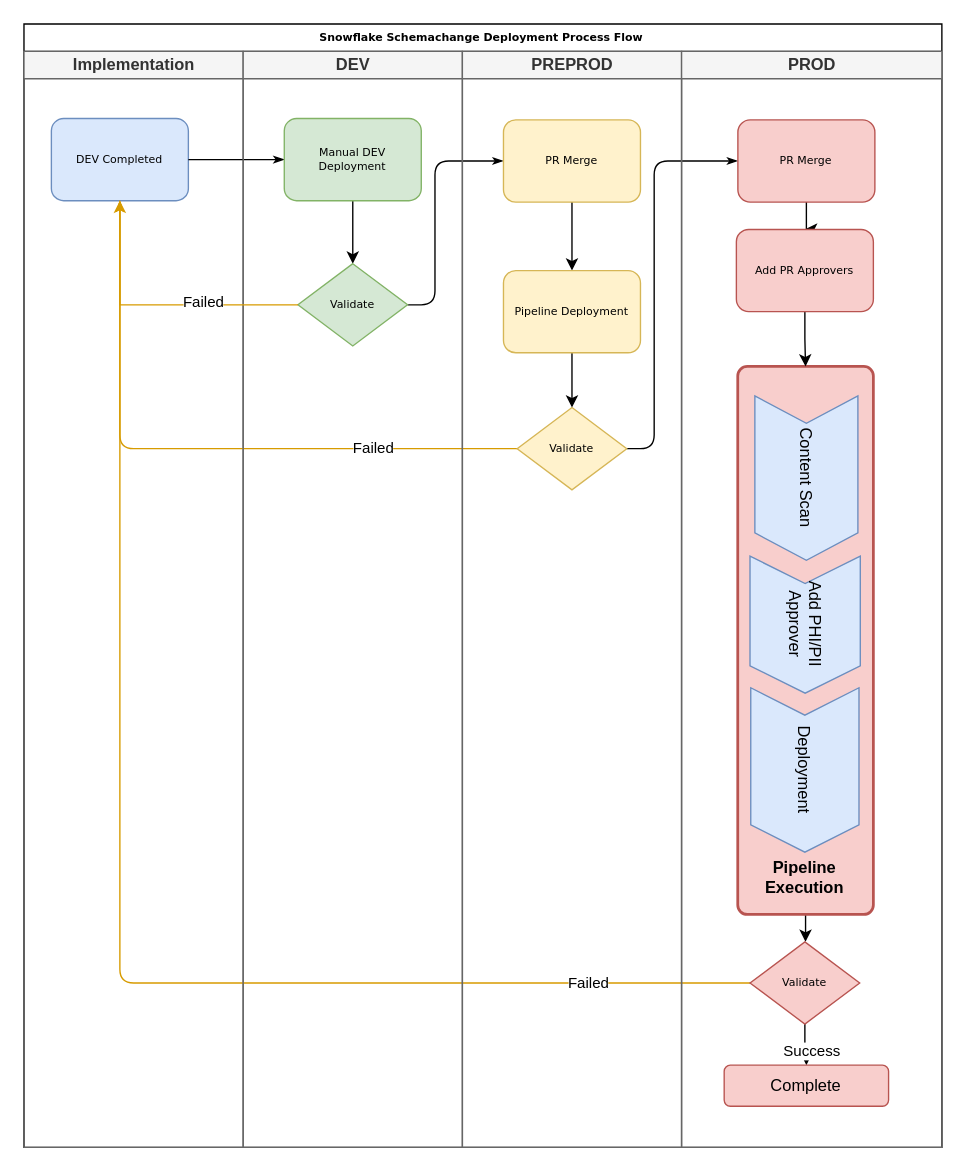
Above: SchemachangeExtractLowLevelDiagram.drawio in jijeeshme/diagrams (draw.io), before the change. Source tidied: cells renumbered, new cells numbered last; positions are measured from the earlier drawing's top-left corner, leaving out a move shared by most shapes. Both pictures are drawn from the tidied source at 137%, with x=0, y=0 at pixel (23, 23).
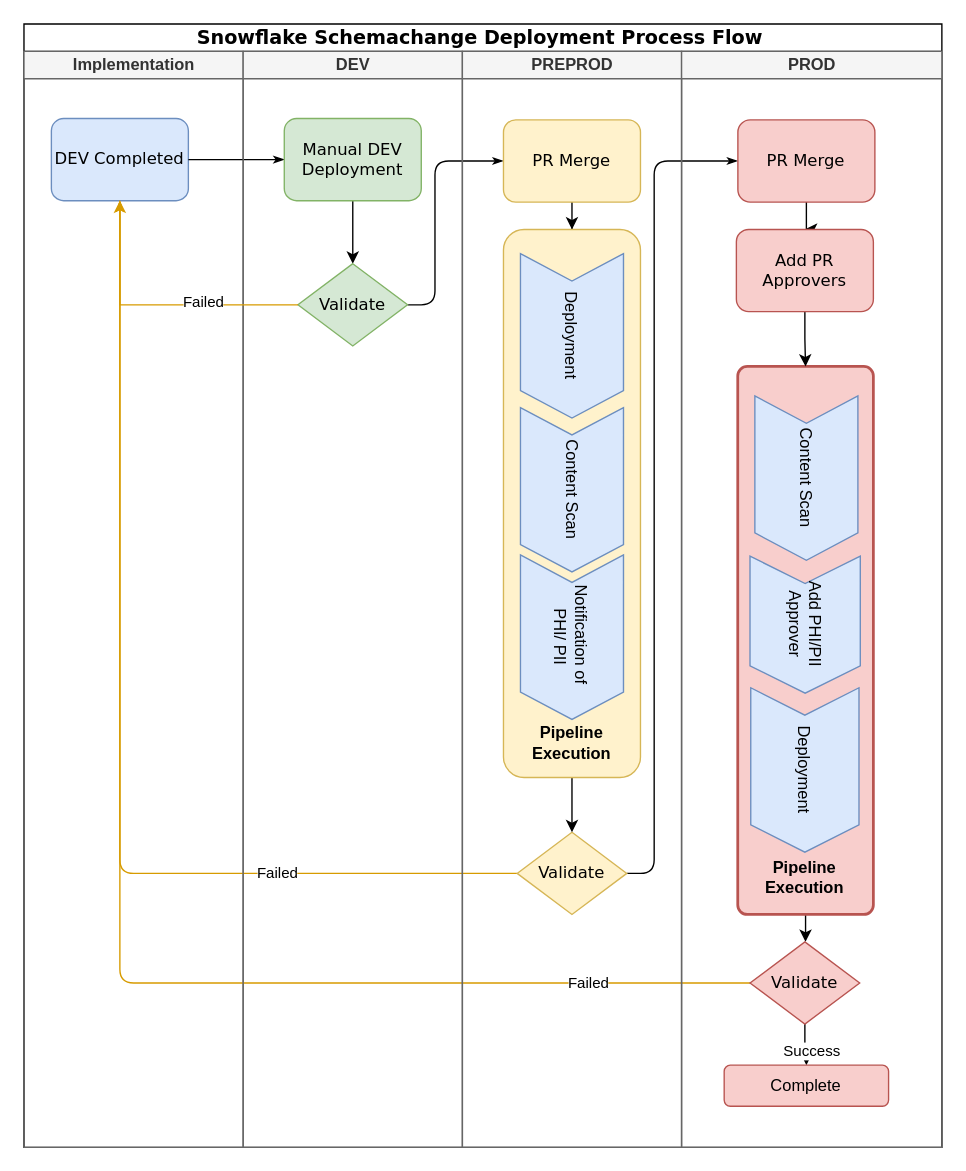
The same diagram, later.

Unchanged cells that the change refers to:
```xml
<mxCell id="3" value="Implementation" style="swimlane;html=1;startSize=20;fillColor=#f5f5f5;fontColor=#333333;strokeColor=#666666;" parent="2" vertex="1">
  <mxGeometry y="20" width="160" height="800" as="geometry" />
</mxCell>
<mxCell id="12" value="DEV" style="swimlane;html=1;startSize=20;fillColor=#f5f5f5;fontColor=#333333;strokeColor=#666666;" parent="2" vertex="1">
  <mxGeometry x="160" y="20" width="160" height="800" as="geometry" />
</mxCell>
<mxCell id="16" value="PREPROD" style="swimlane;html=1;startSize=20;fillColor=#f5f5f5;fontColor=#333333;strokeColor=#666666;" parent="2" vertex="1">
  <mxGeometry x="320" y="20" width="160" height="800" as="geometry" />
</mxCell>
<mxCell id="22" value="PROD" style="swimlane;html=1;startSize=20;fillColor=#f5f5f5;fontColor=#333333;strokeColor=#666666;" parent="2" vertex="1">
  <mxGeometry x="480" y="20" width="190" height="800" as="geometry" />
</mxCell>
```

The edit, as a diff of the source:
```diff
@@
-    <mxCell id="2" value="Snowflake Schemachange Deployment Process Flow&amp;nbsp;" style="swimlane;html=1;startSize=20;rounded=0;shadow=0;labelBackgroundColor=none;strokeWidth=1;fontFamily=Verdana;fontSize=8;align=center;" parent="1" vertex="1">
+    <mxCell id="2" value="&lt;font style=&quot;font-size: 14px;&quot;&gt;Snowflake Schemachange Deployment Process Flow&amp;nbsp;&lt;/font&gt;" style="swimlane;html=1;startSize=20;rounded=0;shadow=0;labelBackgroundColor=none;strokeWidth=1;fontFamily=Verdana;fontSize=8;align=center;" parent="1" vertex="1">
       <mxGeometry width="670" height="820" as="geometry" />
     </mxCell>
@@
-    <mxCell id="4" value="DEV Completed" style="rounded=1;whiteSpace=wrap;html=1;shadow=0;labelBackgroundColor=none;strokeWidth=1;fontFamily=Verdana;fontSize=8;align=center;fillColor=#dae8fc;strokeColor=#6c8ebf;" parent="3" vertex="1">
+    <mxCell id="4" value="&lt;font style=&quot;font-size: 12px;&quot;&gt;DEV Completed&lt;/font&gt;" style="rounded=1;whiteSpace=wrap;html=1;shadow=0;labelBackgroundColor=none;strokeWidth=1;fontFamily=Verdana;fontSize=8;align=center;fillColor=#dae8fc;strokeColor=#6c8ebf;" parent="3" vertex="1">
       <mxGeometry x="20" y="49" width="100" height="60" as="geometry" />
     </mxCell>
@@
-    <mxCell id="7" style="edgeStyle=orthogonalEdgeStyle;rounded=1;html=1;labelBackgroundColor=none;startArrow=none;startFill=0;startSize=5;endArrow=classicThin;endFill=1;endSize=5;jettySize=auto;strokeWidth=1;fontFamily=Verdana;fontSize=8;entryX=0.5;entryY=1;entryDx=0;entryDy=0;fillColor=#ffe6cc;strokeColor=#d79b00;" parent="2" edge="1" source="19" target="4">
+    <mxCell id="7" style="edgeStyle=orthogonalEdgeStyle;rounded=1;html=1;labelBackgroundColor=none;startArrow=none;startFill=0;startSize=5;endArrow=classicThin;endFill=1;endSize=5;jettySize=auto;strokeWidth=1;fontFamily=Verdana;fontSize=8;entryX=0.5;entryY=1;entryDx=0;entryDy=0;fillColor=#ffe6cc;strokeColor=#d79b00;exitX=0;exitY=0.5;exitDx=0;exitDy=0;" parent="2" edge="1" source="19" target="4">
       <mxGeometry relative="1" as="geometry">
         <Array as="points">
-          <mxPoint x="70" y="310" />
+          <mxPoint x="70" y="620" />
         </Array>
       </mxGeometry>
     </mxCell>
@@
-    <mxCell id="11" style="edgeStyle=orthogonalEdgeStyle;rounded=1;html=1;labelBackgroundColor=none;startArrow=none;startFill=0;startSize=5;endArrow=classicThin;endFill=1;endSize=5;jettySize=auto;strokeWidth=1;fontFamily=Verdana;fontSize=8;entryX=0;entryY=0.5;entryDx=0;entryDy=0;" parent="2" edge="1" source="19" target="24">
+    <mxCell id="11" style="edgeStyle=orthogonalEdgeStyle;rounded=1;html=1;labelBackgroundColor=none;startArrow=none;startFill=0;startSize=5;endArrow=classicThin;endFill=1;endSize=5;jettySize=auto;strokeWidth=1;fontFamily=Verdana;fontSize=8;entryX=0;entryY=0.5;entryDx=0;entryDy=0;exitX=1;exitY=0.5;exitDx=0;exitDy=0;" parent="2" edge="1" source="19" target="24">
       <mxGeometry relative="1" as="geometry">
         <Array as="points">
-          <mxPoint x="460" y="310" />
+          <mxPoint x="460" y="620" />
           <mxPoint x="460" y="100" />
         </Array>
       </mxGeometry>
     </mxCell>
@@
-    <mxCell id="14" value="Manual DEV Deployment" style="rounded=1;whiteSpace=wrap;html=1;shadow=0;labelBackgroundColor=none;strokeWidth=1;fontFamily=Verdana;fontSize=8;align=center;fillColor=#d5e8d4;strokeColor=#82b366;" parent="12" vertex="1">
+    <mxCell id="14" value="&lt;font style=&quot;font-size: 12px;&quot;&gt;Manual DEV Deployment&lt;/font&gt;" style="rounded=1;whiteSpace=wrap;html=1;shadow=0;labelBackgroundColor=none;strokeWidth=1;fontFamily=Verdana;fontSize=8;align=center;fillColor=#d5e8d4;strokeColor=#82b366;" parent="12" vertex="1">
       <mxGeometry x="30" y="49" width="100" height="60" as="geometry" />
     </mxCell>
-    <mxCell id="15" value="Validate" style="rhombus;whiteSpace=wrap;html=1;rounded=0;shadow=0;labelBackgroundColor=none;strokeWidth=1;fontFamily=Verdana;fontSize=8;align=center;fillColor=#d5e8d4;strokeColor=#82b366;" parent="12" vertex="1">
+    <mxCell id="15" value="&lt;font style=&quot;font-size: 12px;&quot;&gt;Validate&lt;/font&gt;" style="rhombus;whiteSpace=wrap;html=1;rounded=0;shadow=0;labelBackgroundColor=none;strokeWidth=1;fontFamily=Verdana;fontSize=8;align=center;fillColor=#d5e8d4;strokeColor=#82b366;" parent="12" vertex="1">
       <mxGeometry x="40" y="155" width="80" height="60" as="geometry" />
     </mxCell>
@@
-    <mxCell id="18" value="PR Merge" style="rounded=1;whiteSpace=wrap;html=1;shadow=0;labelBackgroundColor=none;strokeWidth=1;fontFamily=Verdana;fontSize=8;align=center;fillColor=#fff2cc;strokeColor=#d6b656;" parent="16" vertex="1">
+    <mxCell id="18" value="&lt;font style=&quot;font-size: 12px;&quot;&gt;PR Merge&lt;/font&gt;" style="rounded=1;whiteSpace=wrap;html=1;shadow=0;labelBackgroundColor=none;strokeWidth=1;fontFamily=Verdana;fontSize=8;align=center;fillColor=#fff2cc;strokeColor=#d6b656;" parent="16" vertex="1">
       <mxGeometry x="30" y="50" width="100" height="60" as="geometry" />
     </mxCell>
-    <mxCell id="19" value="Validate" style="rhombus;whiteSpace=wrap;html=1;rounded=0;shadow=0;labelBackgroundColor=none;strokeWidth=1;fontFamily=Verdana;fontSize=8;align=center;fillColor=#fff2cc;strokeColor=#d6b656;" parent="16" vertex="1">
-      <mxGeometry x="40" y="260" width="80" height="60" as="geometry" />
+    <mxCell id="19" value="&lt;font style=&quot;font-size: 12px;&quot;&gt;Validate&lt;/font&gt;" style="rhombus;whiteSpace=wrap;html=1;rounded=0;shadow=0;labelBackgroundColor=none;strokeWidth=1;fontFamily=Verdana;fontSize=8;align=center;fillColor=#fff2cc;strokeColor=#d6b656;" parent="16" vertex="1">
+      <mxGeometry x="40" y="570" width="80" height="60" as="geometry" />
     </mxCell>
     <mxCell id="20" style="edgeStyle=orthogonalEdgeStyle;rounded=0;jettySize=auto;html=1;exitX=0.5;exitY=1;exitDx=0;exitDy=0;entryX=0.5;entryY=0;entryDx=0;entryDy=0;" parent="16" edge="1" source="21" target="19">
-      <mxGeometry relative="1" as="geometry" />
+      <mxGeometry relative="1" as="geometry">
+        <Array as="points">
+          <mxPoint x="80" y="380" />
+          <mxPoint x="80" y="380" />
+        </Array>
+      </mxGeometry>
     </mxCell>
-    <mxCell id="21" value="Pipeline Deployment" style="rounded=1;whiteSpace=wrap;html=1;shadow=0;labelBackgroundColor=none;strokeWidth=1;fontFamily=Verdana;fontSize=8;align=center;fillColor=#fff2cc;strokeColor=#d6b656;" parent="16" vertex="1">
-      <mxGeometry x="30" y="160" width="100" height="60" as="geometry" />
+    <mxCell id="21" style="rounded=1;whiteSpace=wrap;html=1;shadow=0;labelBackgroundColor=none;strokeWidth=1;fontFamily=Verdana;fontSize=8;align=center;fillColor=#fff2cc;strokeColor=#d6b656;" parent="16" vertex="1">
+      <mxGeometry x="30" y="130" width="100" height="400" as="geometry" />
     </mxCell>
+    <mxCell id="39" value="Deployment" style="shape=step;perimeter=stepPerimeter;fixedSize=1;whiteSpace=wrap;html=1;rotation=90;fillColor=#dae8fc;strokeColor=#6c8ebf;" parent="16" vertex="1">
+      <mxGeometry x="20" y="170" width="120" height="75.2" as="geometry" />
+    </mxCell>
+    <mxCell id="40" value="Content Scan" style="shape=step;perimeter=stepPerimeter;fixedSize=1;whiteSpace=wrap;html=1;rotation=90;fillColor=#dae8fc;strokeColor=#6c8ebf;" parent="16" vertex="1">
+      <mxGeometry x="20" y="282.4" width="120" height="75.2" as="geometry" />
+    </mxCell>
+    <mxCell id="41" value="Notification of&amp;nbsp;&lt;div&gt;PHI/ PII&lt;/div&gt;" style="shape=step;perimeter=stepPerimeter;fixedSize=1;whiteSpace=wrap;html=1;rotation=90;fillColor=#dae8fc;strokeColor=#6c8ebf;" parent="16" vertex="1">
+      <mxGeometry x="20" y="390" width="120" height="75.2" as="geometry" />
+    </mxCell>
+    <mxCell id="42" value="&lt;b&gt;Pipeline Execution&lt;/b&gt;" style="text;html=1;align=center;verticalAlign=middle;whiteSpace=wrap;rounded=0;" parent="16" vertex="1">
+      <mxGeometry x="50" y="490" width="60" height="30" as="geometry" />
+    </mxCell>
@@
-    <mxCell id="24" value="PR Merge" style="rounded=1;whiteSpace=wrap;html=1;shadow=0;labelBackgroundColor=none;strokeWidth=1;fontFamily=Verdana;fontSize=8;align=center;fillColor=#f8cecc;strokeColor=#b85450;" parent="22" vertex="1">
+    <mxCell id="24" value="&lt;font style=&quot;font-size: 12px;&quot;&gt;PR Merge&lt;/font&gt;" style="rounded=1;whiteSpace=wrap;html=1;shadow=0;labelBackgroundColor=none;strokeWidth=1;fontFamily=Verdana;fontSize=8;align=center;fillColor=#f8cecc;strokeColor=#b85450;" parent="22" vertex="1">
       <mxGeometry x="41.1" y="50" width="100" height="60" as="geometry" />
     </mxCell>
@@
-    <mxCell id="33" value="Validate" style="rhombus;whiteSpace=wrap;html=1;rounded=0;shadow=0;labelBackgroundColor=none;strokeWidth=1;fontFamily=Verdana;fontSize=8;align=center;fillColor=#f8cecc;strokeColor=#b85450;" parent="22" vertex="1">
+    <mxCell id="33" value="&lt;font style=&quot;font-size: 12px;&quot;&gt;Validate&lt;/font&gt;" style="rhombus;whiteSpace=wrap;html=1;rounded=0;shadow=0;labelBackgroundColor=none;strokeWidth=1;fontFamily=Verdana;fontSize=8;align=center;fillColor=#f8cecc;strokeColor=#b85450;" parent="22" vertex="1">
       <mxGeometry x="50" y="650" width="80" height="60" as="geometry" />
     </mxCell>
@@
-    <mxCell id="36" value="Add PR Approvers" style="rounded=1;whiteSpace=wrap;html=1;shadow=0;labelBackgroundColor=none;strokeWidth=1;fontFamily=Verdana;fontSize=8;align=center;fillColor=#f8cecc;strokeColor=#b85450;" parent="22" vertex="1">
+    <mxCell id="36" value="&lt;font style=&quot;font-size: 12px;&quot;&gt;Add PR Approvers&lt;/font&gt;" style="rounded=1;whiteSpace=wrap;html=1;shadow=0;labelBackgroundColor=none;strokeWidth=1;fontFamily=Verdana;fontSize=8;align=center;fillColor=#f8cecc;strokeColor=#b85450;" parent="22" vertex="1">
       <mxGeometry x="40" y="130" width="100" height="60" as="geometry" />
     </mxCell>
```
